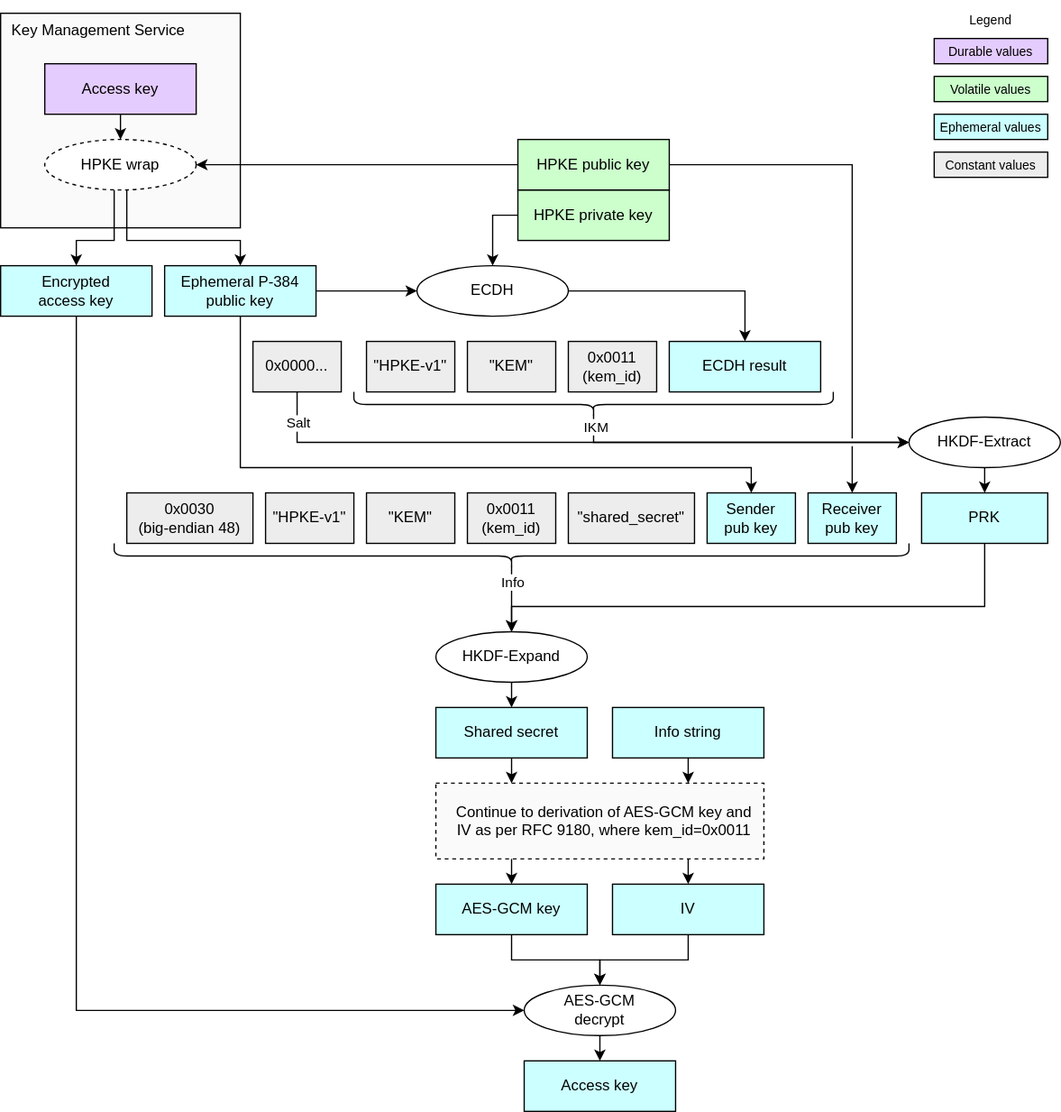
chipsalliance/Caliptra keeps this draw.io diagram as doc/ocp_lock/diagrams/hpke_kem_ecdh.drawio.svg. Above is the earlier version. Source tidied: cells renumbered, new cells last; positions are measured from the earlier drawing's top-left corner, leaving out a move shared by most shapes.
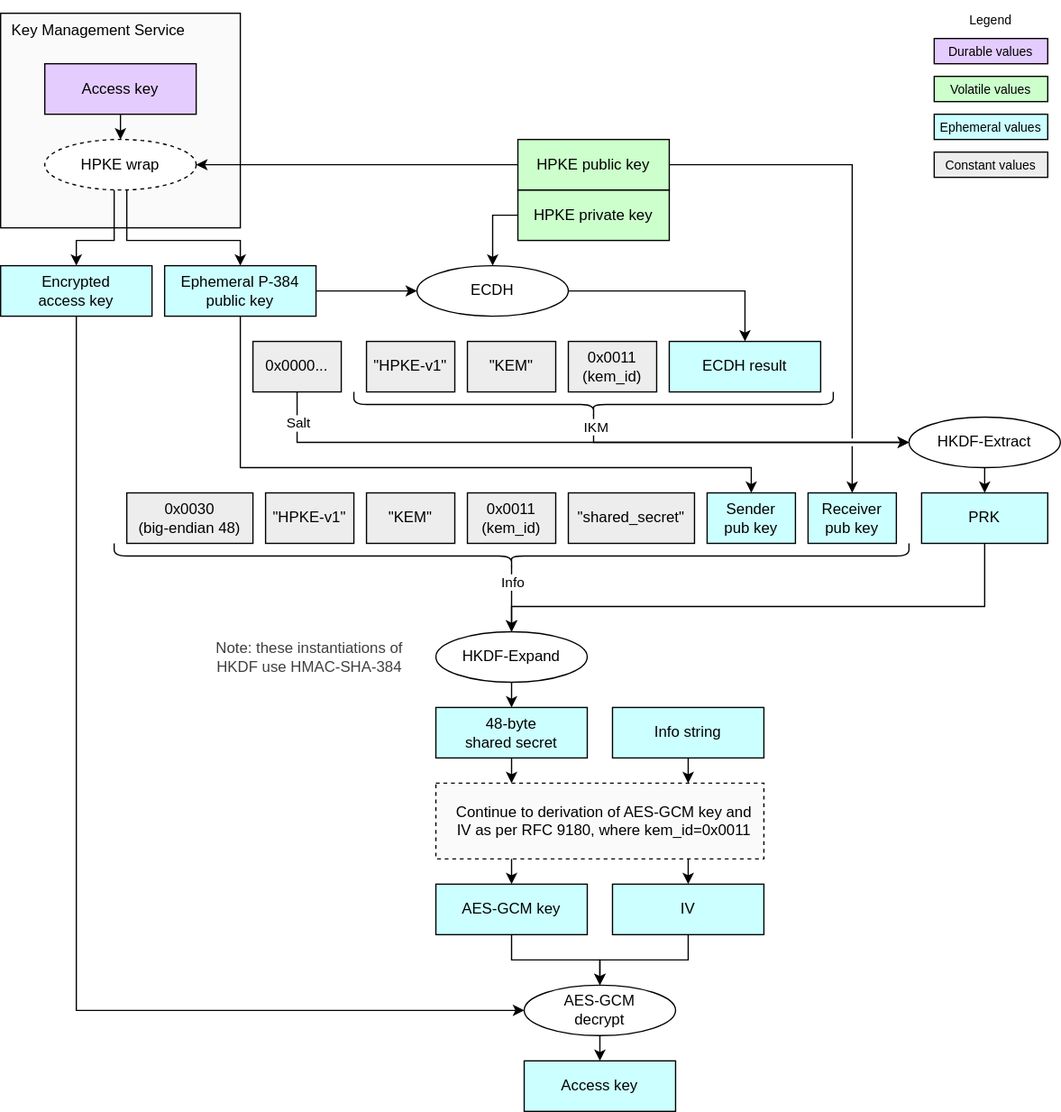
After the change.

The edit, as a diff of the source:
```diff
@@ -155,7 +155,7 @@
         </Array>
       </mxGeometry>
     </mxCell>
-    <mxCell id="41" value="&lt;div&gt;&lt;font color=&quot;#000000&quot;&gt;Shared secret&lt;/font&gt;&lt;/div&gt;" style="rounded=0;whiteSpace=wrap;html=1;align=center;verticalAlign=middle;shadow=0;glass=0;spacingLeft=0;spacingBottom=0;spacingTop=0;fillColor=#CCFFFF;" parent="1" vertex="1">
+    <mxCell id="41" value="&lt;div&gt;&lt;font color=&quot;#000000&quot;&gt;48-byte&lt;/font&gt;&lt;/div&gt;&lt;div&gt;&lt;font color=&quot;#000000&quot;&gt;shared secret&lt;/font&gt;&lt;/div&gt;" style="rounded=0;whiteSpace=wrap;html=1;align=center;verticalAlign=middle;shadow=0;glass=0;spacingLeft=0;spacingBottom=0;spacingTop=0;fillColor=#CCFFFF;" parent="1" vertex="1">
       <mxGeometry x="345" y="560" width="120" height="40" as="geometry" />
     </mxCell>
     <mxCell id="42" style="endArrow=classic;html=1;rounded=0;endSize=6;startSize=6;entryX=0.5;entryY=0;entryDx=0;entryDy=0;exitX=0.5;exitY=1;exitDx=0;exitDy=0;jumpStyle=gap;" parent="1" edge="1" source="39" target="41">
@@ -251,5 +251,8 @@
         <mxPoint x="545" y="620" as="targetPoint" />
       </mxGeometry>
     </mxCell>
+    <mxCell id="65" value="&lt;div style=&quot;color: rgb(63, 63, 63);&quot;&gt;Note: these instantiations of HKDF use HMAC-SHA-384&lt;/div&gt;" style="text;strokeColor=none;align=center;fillColor=none;html=1;verticalAlign=middle;whiteSpace=wrap;rounded=0;" parent="1" vertex="1">
+      <mxGeometry x="155" y="497.5" width="180" height="45" as="geometry" />
+    </mxCell>
   </root>
 </mxGraphModel>
```
